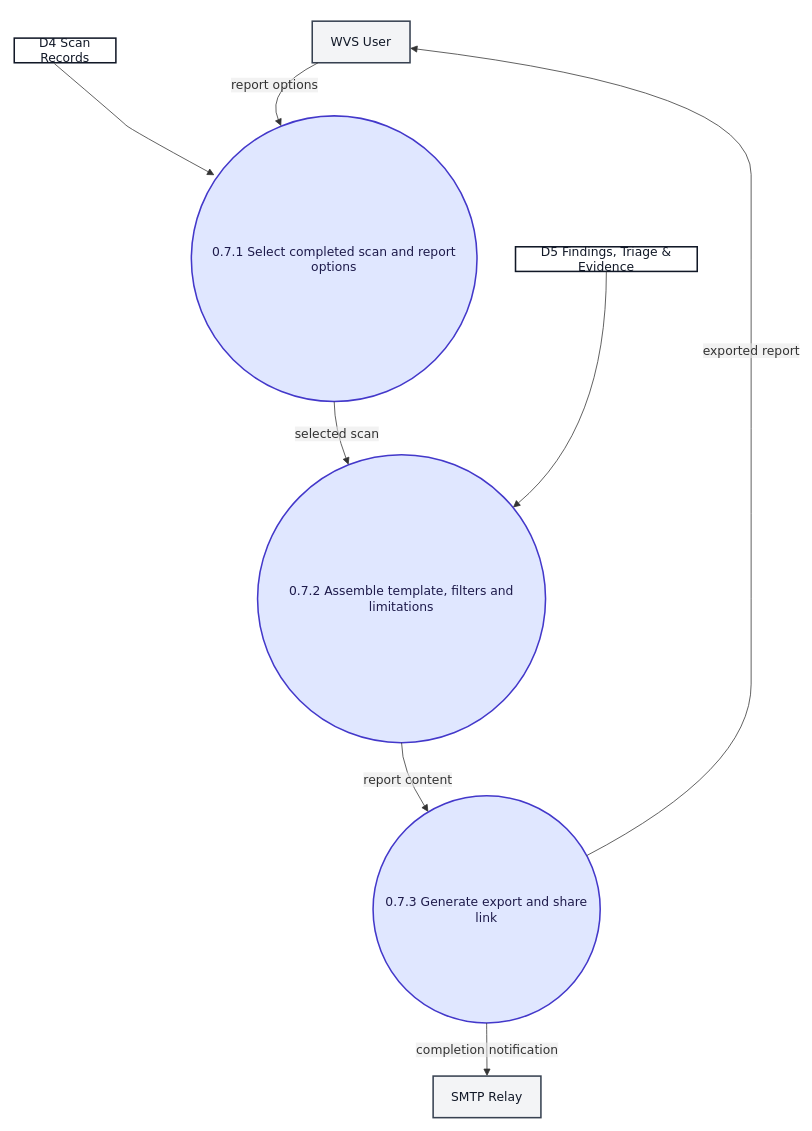
Above: docs/mermaid/f.7.drawio in ksacheth/software-engineering (draw.io), before the change. Source tidied: cells renumbered, new cells numbered last; positions are measured from the earlier drawing's top-left corner, leaving out a move shared by most shapes. Both pictures are drawn from the tidied source at 77%, with x=0, y=0 at pixel (14, 13).
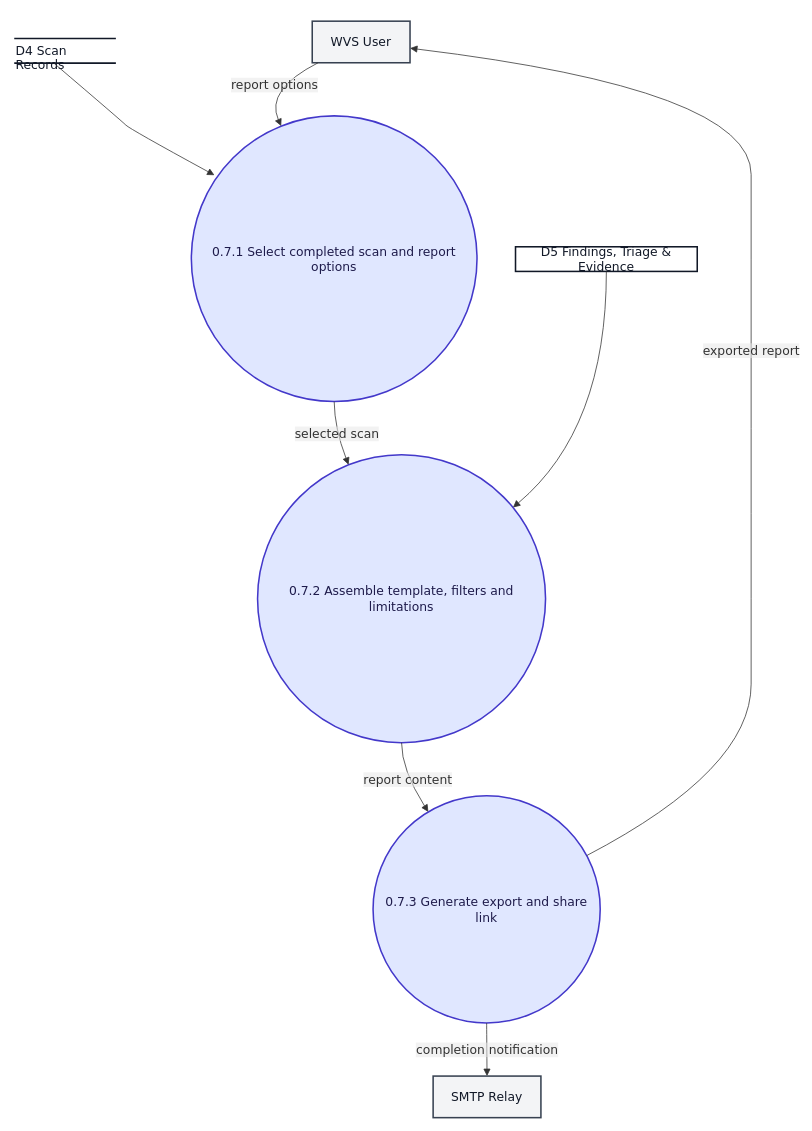
The same diagram, later.

Commit message (it also covers changes not shown here):
docs(dfd): update level 1 and level 2 diagrams

The change refers to these unchanged cells:
```xml
<mxCell id="2" style="group;transparentBounds=1;editIcon=1;lockedGroup=0;groupPadding=10;" parent="1" vertex="1">
  <mxGeometry x="220" as="geometry" />
</mxCell>
```

What changed in the source:
```diff
@@
-    <mxCell id="8" value="D4 Scan Records" style="html=1;whiteSpace=wrap;strokeWidth=2;fillColor=none;strokeColor=#111827;fontColor=#111827;fontFamily=Trebuchet MS,Verdana,Arial,sans-serif;fontSize=16;" parent="2" vertex="1">
+    <mxCell id="8" value="D4 Scan Records" style="text;html=1;whiteSpace=wrap;strokeColor=none;fillColor=none;fontColor=#111827;fontFamily=Trebuchet MS,Verdana,Arial,sans-serif;fontSize=16;" parent="2" vertex="1">
       <mxGeometry x="-220" y="32" width="132" height="32" as="geometry" />
     </mxCell>
+    <mxCell id="17" style="shape=line;strokeWidth=2;strokeColor=#111827;fillColor=none;" parent="2" vertex="1">
+      <mxGeometry x="-220" y="32" width="132" height="1" as="geometry" />
+    </mxCell>
+    <mxCell id="18" style="shape=line;strokeWidth=2;strokeColor=#111827;fillColor=none;" parent="2" vertex="1">
+      <mxGeometry x="-220" y="64" width="132" height="1" as="geometry" />
+    </mxCell>
```
